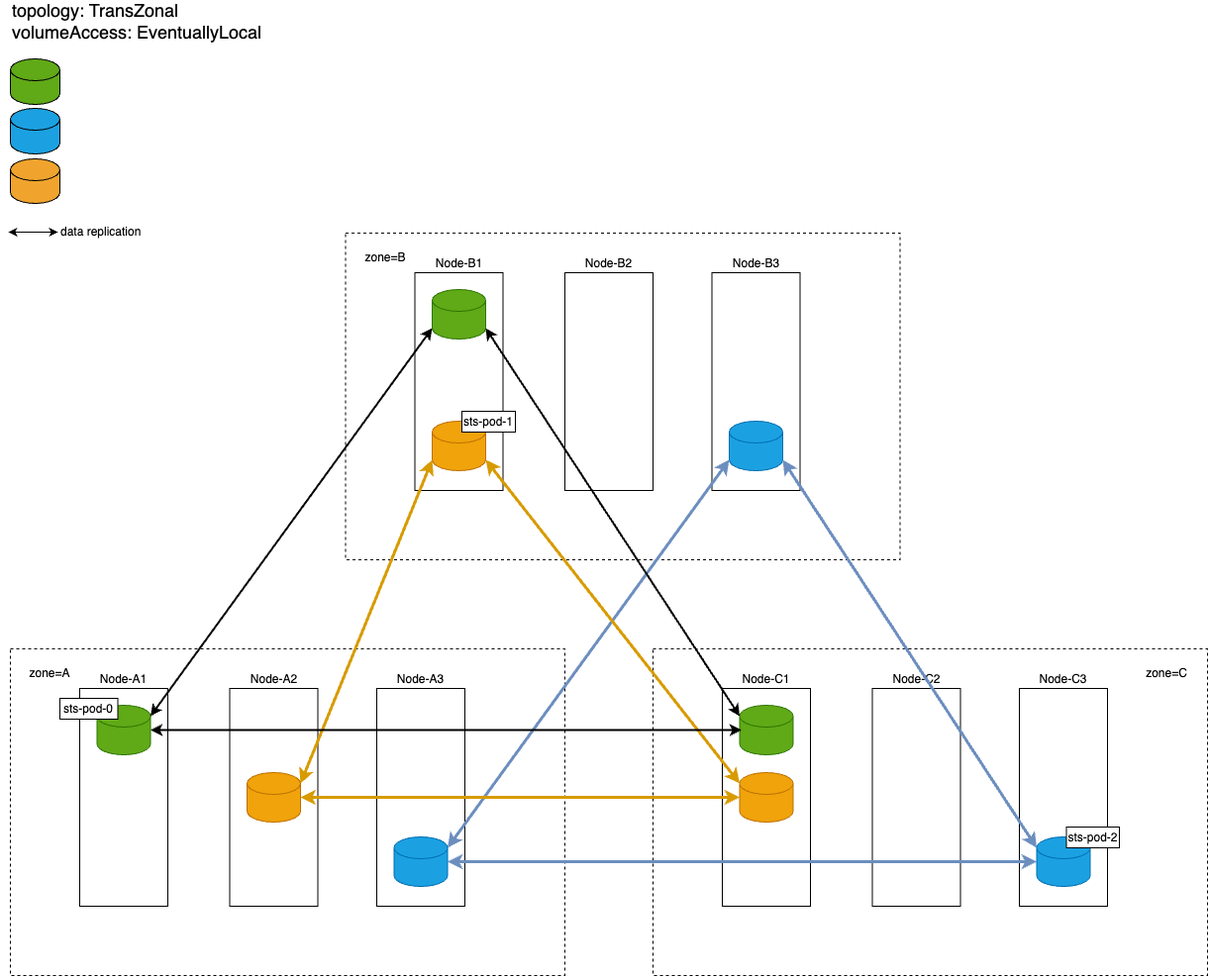
This is docs/images/trans-zonal.ru.png from deckhouse/sds-replicated-volume, a draw.io export, as it was before one commit. Source tidied: cells renumbered, new cells last; positions are measured from the earlier drawing's top-left corner, leaving out a move shared by most shapes.
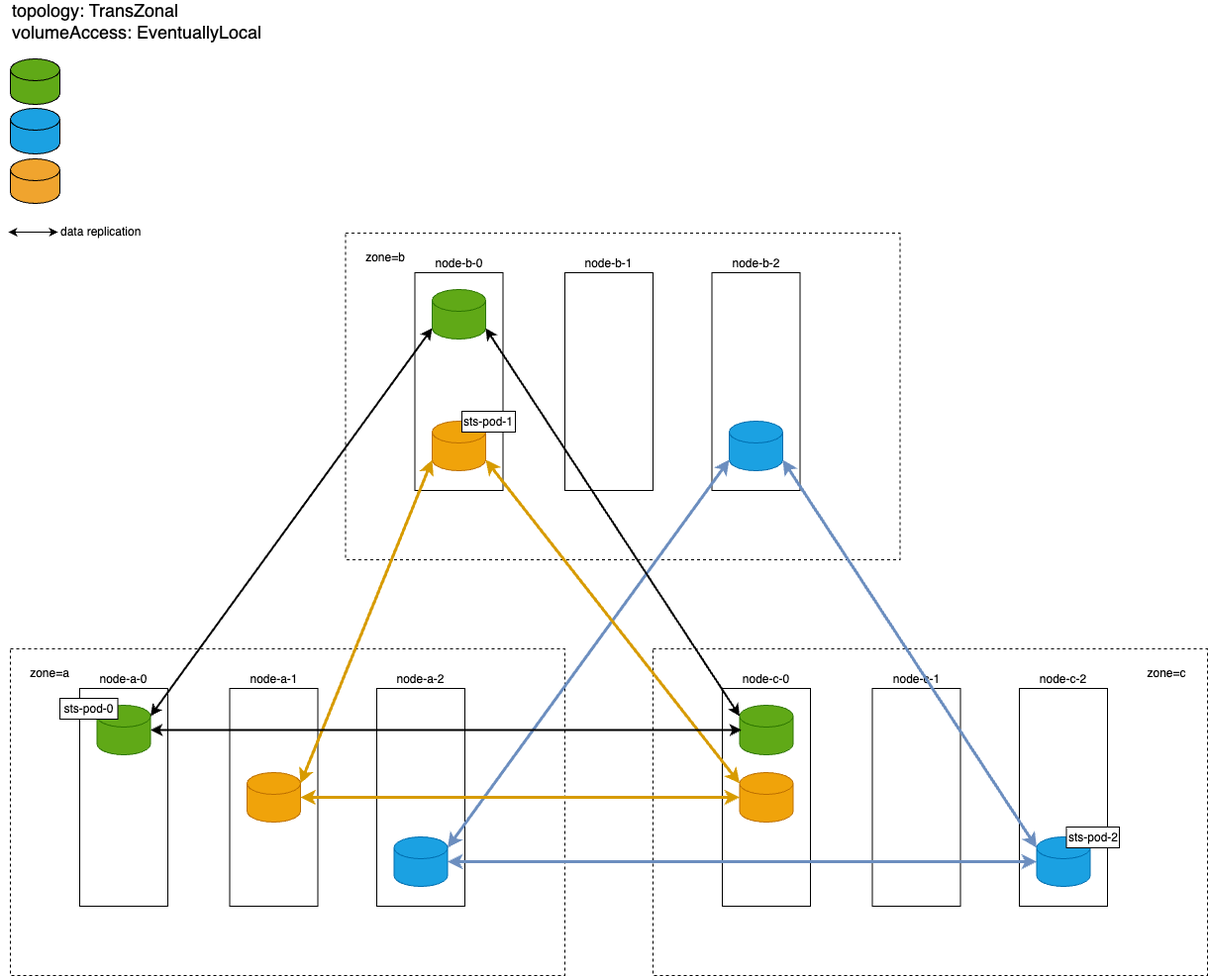
Above is the later version.

Commit message:
Fix trans-zonal and zonal schemes

The edit, as a diff of the source:
```diff
@@ -8,10 +8,10 @@
     <mxCell id="3" style="rounded=0;whiteSpace=wrap;html=1;dashed=1;" parent="1" vertex="1">
       <mxGeometry x="340.5" y="229" width="560" height="330" as="geometry" />
     </mxCell>
-    <mxCell id="4" value="Node-B1" style="rounded=0;whiteSpace=wrap;html=1;labelPosition=center;verticalLabelPosition=top;align=center;verticalAlign=bottom;" parent="1" vertex="1">
+    <mxCell id="4" value="node-b-0" style="rounded=0;whiteSpace=wrap;html=1;labelPosition=center;verticalLabelPosition=top;align=center;verticalAlign=bottom;" parent="1" vertex="1">
       <mxGeometry x="410.5" y="269" width="89" height="220" as="geometry" />
     </mxCell>
-    <mxCell id="5" value="zone=B" style="text;html=1;strokeColor=none;fillColor=none;align=center;verticalAlign=middle;whiteSpace=wrap;rounded=0;dashed=1;" parent="1" vertex="1">
+    <mxCell id="5" value="zone=b" style="text;html=1;strokeColor=none;fillColor=none;align=center;verticalAlign=middle;whiteSpace=wrap;rounded=0;dashed=1;" parent="1" vertex="1">
       <mxGeometry x="350.5" y="239" width="60" height="30" as="geometry" />
     </mxCell>
     <mxCell id="6" style="shape=cylinder3;whiteSpace=wrap;html=1;boundedLbl=1;backgroundOutline=1;size=11;fillColor=#60a917;fontColor=#ffffff;strokeColor=#2D7600;" parent="1" vertex="1">
@@ -20,10 +20,10 @@
     <mxCell id="7" style="shape=cylinder3;whiteSpace=wrap;html=1;boundedLbl=1;backgroundOutline=1;size=11;fillColor=#f0a30a;fontColor=#000000;strokeColor=#BD7000;" parent="1" vertex="1">
       <mxGeometry x="428" y="419" width="54" height="50" as="geometry" />
     </mxCell>
-    <mxCell id="8" value="Node-B2" style="rounded=0;whiteSpace=wrap;html=1;labelPosition=center;verticalLabelPosition=top;align=center;verticalAlign=bottom;" parent="1" vertex="1">
+    <mxCell id="8" value="node-b-1" style="rounded=0;whiteSpace=wrap;html=1;labelPosition=center;verticalLabelPosition=top;align=center;verticalAlign=bottom;" parent="1" vertex="1">
       <mxGeometry x="562" y="269" width="89" height="220" as="geometry" />
     </mxCell>
-    <mxCell id="9" value="Node-B3" style="rounded=0;whiteSpace=wrap;html=1;labelPosition=center;verticalLabelPosition=top;align=center;verticalAlign=bottom;" parent="1" vertex="1">
+    <mxCell id="9" value="node-b-2" style="rounded=0;whiteSpace=wrap;html=1;labelPosition=center;verticalLabelPosition=top;align=center;verticalAlign=bottom;" parent="1" vertex="1">
       <mxGeometry x="710.5" y="269" width="89" height="220" as="geometry" />
     </mxCell>
     <mxCell id="10" style="shape=cylinder3;whiteSpace=wrap;html=1;boundedLbl=1;backgroundOutline=1;size=11;fillColor=#1ba1e2;fontColor=#ffffff;strokeColor=#006EAF;" parent="1" vertex="1">
@@ -32,10 +32,10 @@
     <mxCell id="11" style="rounded=0;whiteSpace=wrap;html=1;dashed=1;" parent="1" vertex="1">
       <mxGeometry x="2" y="649" width="560" height="330" as="geometry" />
     </mxCell>
-    <mxCell id="12" value="Node-A1" style="rounded=0;whiteSpace=wrap;html=1;labelPosition=center;verticalLabelPosition=top;align=center;verticalAlign=bottom;" parent="1" vertex="1">
+    <mxCell id="12" value="node-a-0" style="rounded=0;whiteSpace=wrap;html=1;labelPosition=center;verticalLabelPosition=top;align=center;verticalAlign=bottom;" parent="1" vertex="1">
       <mxGeometry x="72" y="689" width="89" height="220" as="geometry" />
     </mxCell>
-    <mxCell id="13" value="zone=A" style="text;html=1;strokeColor=none;fillColor=none;align=center;verticalAlign=middle;whiteSpace=wrap;rounded=0;dashed=1;" parent="1" vertex="1">
+    <mxCell id="13" value="zone=a" style="text;html=1;strokeColor=none;fillColor=none;align=center;verticalAlign=middle;whiteSpace=wrap;rounded=0;dashed=1;" parent="1" vertex="1">
       <mxGeometry x="12" y="659" width="60" height="30" as="geometry" />
     </mxCell>
     <mxCell id="14" style="shape=cylinder3;whiteSpace=wrap;html=1;boundedLbl=1;backgroundOutline=1;size=11;fillColor=#60a917;fontColor=#ffffff;strokeColor=#2D7600;" parent="1" vertex="1">
@@ -44,7 +44,7 @@
     <mxCell id="15" value="sts-pod-0" style="rounded=0;whiteSpace=wrap;html=1;fillStyle=auto;" parent="1" vertex="1">
       <mxGeometry x="52" y="699" width="58.5" height="21" as="geometry" />
     </mxCell>
-    <mxCell id="16" value="Node-A2" style="rounded=0;whiteSpace=wrap;html=1;labelPosition=center;verticalLabelPosition=top;align=center;verticalAlign=bottom;" parent="1" vertex="1">
+    <mxCell id="16" value="node-a-1" style="rounded=0;whiteSpace=wrap;html=1;labelPosition=center;verticalLabelPosition=top;align=center;verticalAlign=bottom;" parent="1" vertex="1">
       <mxGeometry x="223.5" y="689" width="89" height="220" as="geometry" />
     </mxCell>
     <mxCell id="17" style="edgeStyle=none;html=1;entryX=0;entryY=1;entryDx=0;entryDy=-11;entryPerimeter=0;startArrow=classic;startFill=1;elbow=vertical;exitX=1;exitY=0;exitDx=0;exitDy=11;exitPerimeter=0;strokeWidth=3;fillColor=#ffe6cc;strokeColor=#d79b00;" parent="1" edge="1" source="18" target="7">
@@ -53,7 +53,7 @@
     <mxCell id="18" style="shape=cylinder3;whiteSpace=wrap;html=1;boundedLbl=1;backgroundOutline=1;size=11;fillColor=#f0a30a;fontColor=#000000;strokeColor=#BD7000;" parent="1" vertex="1">
       <mxGeometry x="241" y="774" width="54" height="50" as="geometry" />
     </mxCell>
-    <mxCell id="19" value="Node-A3" style="rounded=0;whiteSpace=wrap;html=1;labelPosition=center;verticalLabelPosition=top;align=center;verticalAlign=bottom;" parent="1" vertex="1">
+    <mxCell id="19" value="node-a-2" style="rounded=0;whiteSpace=wrap;html=1;labelPosition=center;verticalLabelPosition=top;align=center;verticalAlign=bottom;" parent="1" vertex="1">
       <mxGeometry x="372" y="689" width="89" height="220" as="geometry" />
     </mxCell>
     <mxCell id="20" style="edgeStyle=none;html=1;entryX=0;entryY=1;entryDx=0;entryDy=-11;entryPerimeter=0;startArrow=classic;startFill=1;elbow=vertical;exitX=1;exitY=0;exitDx=0;exitDy=11;exitPerimeter=0;strokeWidth=3;fillColor=#dae8fc;gradientColor=#7ea6e0;strokeColor=#6c8ebf;" parent="1" edge="1" source="21" target="10">
@@ -65,7 +65,7 @@
     <mxCell id="22" style="rounded=0;whiteSpace=wrap;html=1;dashed=1;" parent="1" vertex="1">
       <mxGeometry x="651" y="649" width="560" height="330" as="geometry" />
     </mxCell>
-    <mxCell id="23" value="Node-C1" style="rounded=0;whiteSpace=wrap;html=1;labelPosition=center;verticalLabelPosition=top;align=center;verticalAlign=bottom;" parent="1" vertex="1">
+    <mxCell id="23" value="node-c-0" style="rounded=0;whiteSpace=wrap;html=1;labelPosition=center;verticalLabelPosition=top;align=center;verticalAlign=bottom;" parent="1" vertex="1">
       <mxGeometry x="721" y="689" width="89" height="220" as="geometry" />
     </mxCell>
     <mxCell id="24" style="shape=cylinder3;whiteSpace=wrap;html=1;boundedLbl=1;backgroundOutline=1;size=11;fillColor=#60a917;fontColor=#ffffff;strokeColor=#2D7600;" parent="1" vertex="1">
@@ -74,10 +74,10 @@
     <mxCell id="25" style="shape=cylinder3;whiteSpace=wrap;html=1;boundedLbl=1;backgroundOutline=1;size=11;fillColor=#f0a30a;fontColor=#000000;strokeColor=#BD7000;" parent="1" vertex="1">
       <mxGeometry x="738.5" y="774" width="54" height="50" as="geometry" />
     </mxCell>
-    <mxCell id="26" value="Node-C2" style="rounded=0;whiteSpace=wrap;html=1;labelPosition=center;verticalLabelPosition=top;align=center;verticalAlign=bottom;" parent="1" vertex="1">
+    <mxCell id="26" value="node-c-1" style="rounded=0;whiteSpace=wrap;html=1;labelPosition=center;verticalLabelPosition=top;align=center;verticalAlign=bottom;" parent="1" vertex="1">
       <mxGeometry x="872.5" y="689" width="89" height="220" as="geometry" />
     </mxCell>
-    <mxCell id="27" value="Node-C3" style="rounded=0;whiteSpace=wrap;html=1;labelPosition=center;verticalLabelPosition=top;align=center;verticalAlign=bottom;" parent="1" vertex="1">
+    <mxCell id="27" value="node-c-2" style="rounded=0;whiteSpace=wrap;html=1;labelPosition=center;verticalLabelPosition=top;align=center;verticalAlign=bottom;" parent="1" vertex="1">
       <mxGeometry x="1021" y="689" width="89" height="220" as="geometry" />
     </mxCell>
     <mxCell id="28" style="edgeStyle=none;html=1;entryX=1;entryY=1;entryDx=0;entryDy=-11;entryPerimeter=0;startArrow=classic;startFill=1;elbow=vertical;exitX=0;exitY=0;exitDx=0;exitDy=11;exitPerimeter=0;strokeWidth=3;fillColor=#dae8fc;gradientColor=#7ea6e0;strokeColor=#6c8ebf;" parent="1" edge="1" source="29" target="10">
@@ -112,16 +112,16 @@
     <mxCell id="37" style="edgeStyle=none;html=1;entryX=0;entryY=0;entryDx=0;entryDy=11;entryPerimeter=0;startArrow=classic;startFill=1;elbow=vertical;exitX=1;exitY=1;exitDx=0;exitDy=-11;exitPerimeter=0;strokeWidth=2;shadow=0;" parent="1" edge="1" source="6" target="24">
       <mxGeometry relative="1" as="geometry" />
     </mxCell>
-    <mxCell id="38" value="zone=C" style="text;html=1;strokeColor=none;fillColor=none;align=center;verticalAlign=middle;whiteSpace=wrap;rounded=0;dashed=1;" parent="1" vertex="1">
+    <mxCell id="38" value="zone=c" style="text;html=1;strokeColor=none;fillColor=none;align=center;verticalAlign=middle;whiteSpace=wrap;rounded=0;dashed=1;" parent="1" vertex="1">
       <mxGeometry x="1139.5" y="659" width="60" height="30" as="geometry" />
     </mxCell>
-    <mxCell id="39" value="sts-pod-0 data" style="shape=cylinder3;whiteSpace=wrap;html=1;boundedLbl=1;backgroundOutline=1;size=11;fillColor=#60a917;fontColor=#ffffff;strokeColor=#000000;labelPosition=right;verticalLabelPosition=middle;align=left;verticalAlign=middle;fontSize=12;horizontal=1;" parent="1" vertex="1">
+    <mxCell id="39" value="sts-pod-0 data" style="shape=cylinder3;whiteSpace=wrap;html=1;boundedLbl=1;backgroundOutline=1;size=11;fillColor=#60a917;fontColor=#ffffff;strokeColor=#000000;labelPosition=right;verticalLabelPosition=middle;align=left;verticalAlign=middle;fontSize=12;horizontal=1;labelBackgroundColor=default;" parent="1" vertex="1">
       <mxGeometry x="2" y="53" width="50" height="46" as="geometry" />
     </mxCell>
-    <mxCell id="40" value="sts-pod-1 data" style="shape=cylinder3;whiteSpace=wrap;html=1;boundedLbl=1;backgroundOutline=1;size=11;fillColor=#1ba1e2;fontColor=#ffffff;strokeColor=#000000;labelPosition=right;verticalLabelPosition=middle;align=left;verticalAlign=middle;fontSize=12;horizontal=1;" parent="1" vertex="1">
+    <mxCell id="40" value="sts-pod-1 data" style="shape=cylinder3;whiteSpace=wrap;html=1;boundedLbl=1;backgroundOutline=1;size=11;fillColor=#1ba1e2;fontColor=#ffffff;strokeColor=#000000;labelPosition=right;verticalLabelPosition=middle;align=left;verticalAlign=middle;fontSize=12;horizontal=1;labelBackgroundColor=default;" parent="1" vertex="1">
       <mxGeometry x="2" y="103" width="50" height="46" as="geometry" />
     </mxCell>
-    <mxCell id="41" value="sts-pod-2 data" style="shape=cylinder3;whiteSpace=wrap;html=1;boundedLbl=1;backgroundOutline=1;size=11;fillColor=#f0a42e;fontColor=#ffffff;strokeColor=#000000;labelPosition=right;verticalLabelPosition=middle;align=left;verticalAlign=middle;fontSize=12;horizontal=1;" parent="1" vertex="1">
+    <mxCell id="41" value="sts-pod-2 data" style="shape=cylinder3;whiteSpace=wrap;html=1;boundedLbl=1;backgroundOutline=1;size=11;fillColor=#f0a42e;fontColor=#ffffff;strokeColor=#000000;labelPosition=right;verticalLabelPosition=middle;align=left;verticalAlign=middle;fontSize=12;horizontal=1;labelBackgroundColor=default;" parent="1" vertex="1">
       <mxGeometry x="2" y="154" width="50" height="45" as="geometry" />
     </mxCell>
     <mxCell id="42" style="edgeStyle=none;html=1;startArrow=classic;startFill=1;" parent="1" edge="1">
```
